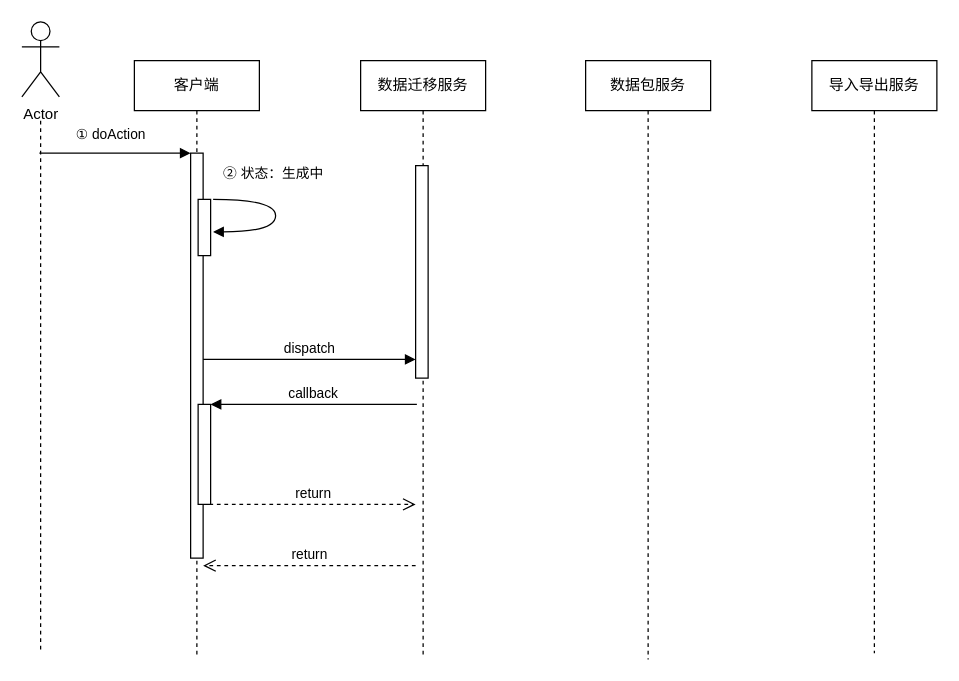
typooooohj/PubSub keeps this draw.io diagram as 未命名绘图.drawio. Above is the earlier version. Source tidied: cells renumbered, new cells numbered last; positions are measured from the earlier drawing's top-left corner, leaving out a move shared by most shapes. Both pictures are drawn from the tidied source at 125%, with x=0, y=0 at pixel (21, 21).
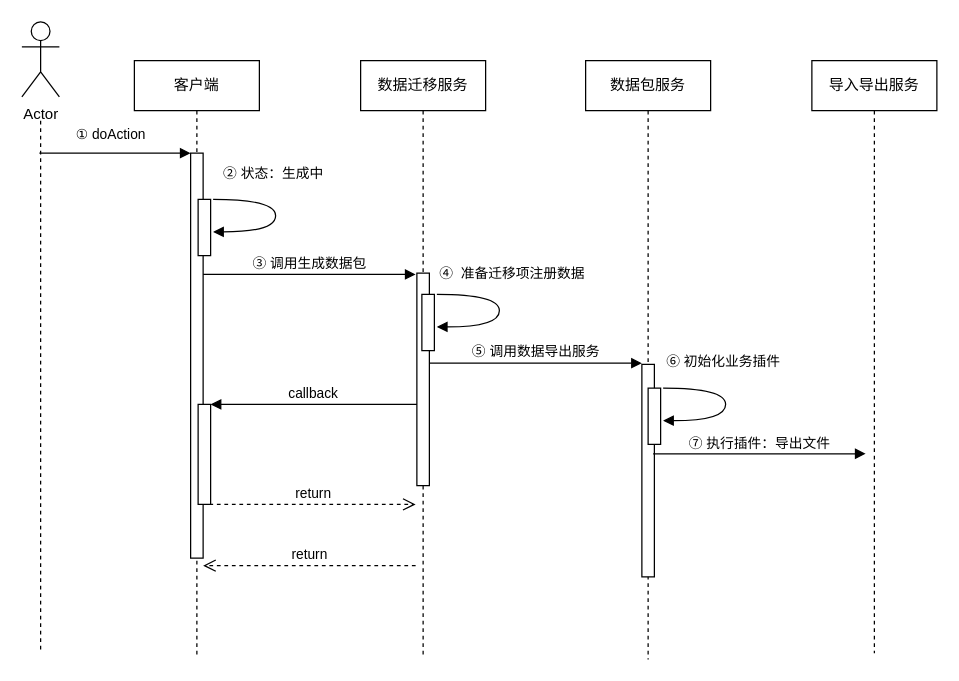
After the change.

Commit message:
更新未命名绘图.drawio

The change refers to these unchanged cells:
```xml
<mxCell id="3" style="html=1;points=[];perimeter=orthogonalPerimeter;outlineConnect=0;targetShapes=umlLifeline;portConstraint=eastwest;newEdgeStyle={&quot;edgeStyle&quot;:&quot;elbowEdgeStyle&quot;,&quot;elbow&quot;:&quot;vertical&quot;,&quot;curved&quot;:0,&quot;rounded&quot;:0};" parent="1" vertex="1">
  <mxGeometry x="135" y="105" width="10" height="324" as="geometry" />
</mxCell>
<mxCell id="4" value="数据迁移服务" style="shape=umlLifeline;perimeter=lifelinePerimeter;whiteSpace=wrap;html=1;newEdgeStyle={&quot;edgeStyle&quot;:&quot;elbowEdgeStyle&quot;,&quot;elbow&quot;:&quot;vertical&quot;,&quot;curved&quot;:0,&quot;rounded&quot;:0};" parent="1" vertex="1">
  <mxGeometry x="271" y="31" width="100" height="475" as="geometry" />
</mxCell>
<mxCell id="15" value="数据包服务" style="shape=umlLifeline;perimeter=lifelinePerimeter;whiteSpace=wrap;html=1;newEdgeStyle={&quot;edgeStyle&quot;:&quot;elbowEdgeStyle&quot;,&quot;elbow&quot;:&quot;vertical&quot;,&quot;curved&quot;:0,&quot;rounded&quot;:0};" parent="1" vertex="1">
  <mxGeometry x="451" y="31" width="100" height="479" as="geometry" />
</mxCell>
```

What changed in the source:
```diff
@@
+    <mxCell id="11" style="html=1;points=[];perimeter=orthogonalPerimeter;outlineConnect=0;targetShapes=umlLifeline;portConstraint=eastwest;newEdgeStyle={&quot;edgeStyle&quot;:&quot;elbowEdgeStyle&quot;,&quot;elbow&quot;:&quot;vertical&quot;,&quot;curved&quot;:0,&quot;rounded&quot;:0};" parent="4" vertex="1">
+      <mxGeometry x="45" y="170" width="10" height="170" as="geometry" />
+    </mxCell>
+    <mxCell id="19" style="html=1;perimeter=orthogonalPerimeter;targetShapes=umlLifeline;newEdgeStyle={&quot;edgeStyle&quot;:&quot;elbowEdgeStyle&quot;,&quot;elbow&quot;:&quot;vertical&quot;,&quot;curved&quot;:0,&quot;rounded&quot;:0};" parent="4" vertex="1">
+      <mxGeometry x="49" y="187" width="10" height="45" as="geometry" />
+    </mxCell>
+    <mxCell id="20" value="④&amp;nbsp; 准备迁移项注册数据" style="html=1;verticalAlign=bottom;endArrow=block;edgeStyle=orthogonalEdgeStyle;elbow=vertical;curved=1;rounded=0;entryX=1;entryY=0.622;entryDx=0;entryDy=0;entryPerimeter=0;" parent="4" edge="1">
+      <mxGeometry x="-0.21" y="13" relative="1" as="geometry">
+        <mxPoint x="61" y="187" as="sourcePoint" />
+        <mxPoint x="61" y="213" as="targetPoint" />
+        <Array as="points">
+          <mxPoint x="111" y="187" />
+        </Array>
+        <mxPoint x="-3" y="-8" as="offset" />
+      </mxGeometry>
+    </mxCell>
-    <mxCell id="5" value="dispatch" style="html=1;verticalAlign=bottom;endArrow=block;edgeStyle=elbowEdgeStyle;elbow=vertical;curved=0;rounded=0;" parent="1" edge="1" source="3" target="11">
+    <mxCell id="5" value="③ 调用生成数据包" style="html=1;verticalAlign=bottom;endArrow=block;edgeStyle=elbowEdgeStyle;elbow=vertical;curved=0;rounded=0;" parent="1" edge="1">
       <mxGeometry relative="1" as="geometry">
+        <mxPoint x="145" y="202" as="sourcePoint" />
+        <mxPoint x="315" y="202" as="targetPoint" />
         <Array as="points">
-          <mxPoint x="230" y="270" />
+          <mxPoint x="230" y="202" />
         </Array>
       </mxGeometry>
     </mxCell>
@@
-    <mxCell id="11" style="html=1;points=[];perimeter=orthogonalPerimeter;outlineConnect=0;targetShapes=umlLifeline;portConstraint=eastwest;newEdgeStyle={&quot;edgeStyle&quot;:&quot;elbowEdgeStyle&quot;,&quot;elbow&quot;:&quot;vertical&quot;,&quot;curved&quot;:0,&quot;rounded&quot;:0};" parent="1" vertex="1">
-      <mxGeometry x="315" y="115" width="10" height="170" as="geometry" />
-    </mxCell>
@@
+    <mxCell id="21" style="html=1;perimeter=orthogonalPerimeter;targetShapes=umlLifeline;newEdgeStyle={&quot;edgeStyle&quot;:&quot;elbowEdgeStyle&quot;,&quot;elbow&quot;:&quot;vertical&quot;,&quot;curved&quot;:0,&quot;rounded&quot;:0};" parent="15" vertex="1">
+      <mxGeometry x="45" y="243" width="10" height="170" as="geometry" />
+    </mxCell>
+    <mxCell id="22" style="html=1;perimeter=orthogonalPerimeter;targetShapes=umlLifeline;newEdgeStyle={&quot;edgeStyle&quot;:&quot;elbowEdgeStyle&quot;,&quot;elbow&quot;:&quot;vertical&quot;,&quot;curved&quot;:0,&quot;rounded&quot;:0};" parent="15" vertex="1">
+      <mxGeometry x="50" y="262" width="10" height="45" as="geometry" />
+    </mxCell>
+    <mxCell id="23" value="⑥ 初始化业务插件" style="html=1;verticalAlign=bottom;endArrow=block;edgeStyle=orthogonalEdgeStyle;elbow=vertical;curved=1;rounded=0;entryX=1;entryY=0.622;entryDx=0;entryDy=0;entryPerimeter=0;" parent="15" edge="1">
+      <mxGeometry x="-0.24" y="12" relative="1" as="geometry">
+        <mxPoint x="62" y="262" as="sourcePoint" />
+        <mxPoint x="62" y="288" as="targetPoint" />
+        <Array as="points">
+          <mxPoint x="112" y="262" />
+        </Array>
+      </mxGeometry>
+    </mxCell>
@@
+    <mxCell id="24" value="⑤ 调用数据导出服务" style="html=1;verticalAlign=bottom;endArrow=block;edgeStyle=elbowEdgeStyle;elbow=vertical;curved=0;rounded=0;" parent="1" edge="1">
+      <mxGeometry relative="1" as="geometry">
+        <mxPoint x="326" y="273" as="sourcePoint" />
+        <mxPoint x="496" y="273" as="targetPoint" />
+        <Array as="points">
+          <mxPoint x="411" y="273" />
+        </Array>
+      </mxGeometry>
+    </mxCell>
+    <mxCell id="25" value="⑦ 执行插件：导出文件" style="html=1;verticalAlign=bottom;endArrow=block;edgeStyle=elbowEdgeStyle;elbow=vertical;curved=0;rounded=0;" parent="1" edge="1">
+      <mxGeometry relative="1" as="geometry">
+        <mxPoint x="505" y="345.5" as="sourcePoint" />
+        <mxPoint x="675" y="345.5" as="targetPoint" />
+        <Array as="points">
+          <mxPoint x="590" y="345.5" />
+        </Array>
+      </mxGeometry>
+    </mxCell>
```
